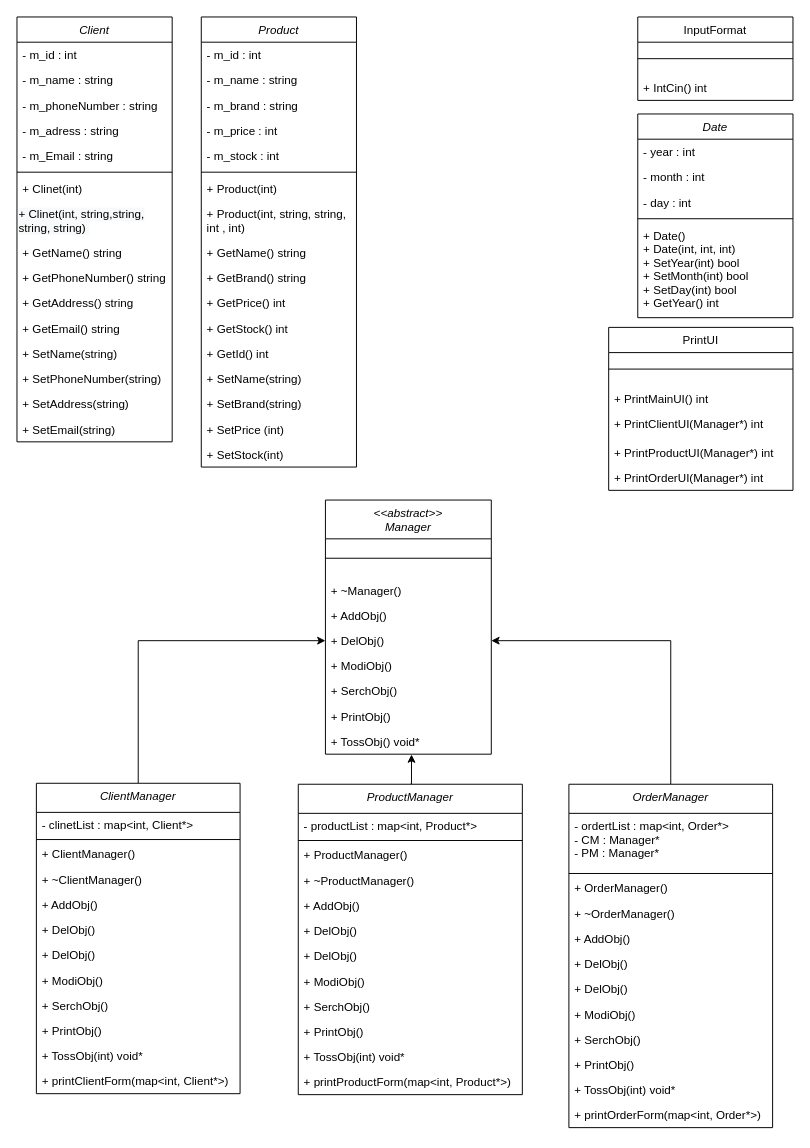
Before: Client-Product-manager.drawio in SaintMonguss/Customer-Product-management-project, a draw.io diagram. Source tidied: cells renumbered, new cells numbered last; positions are measured from the earlier drawing's top-left corner, leaving out a move shared by most shapes. Both pictures are drawn from the tidied source at 97%, with x=0, y=0 at pixel (16, 16).
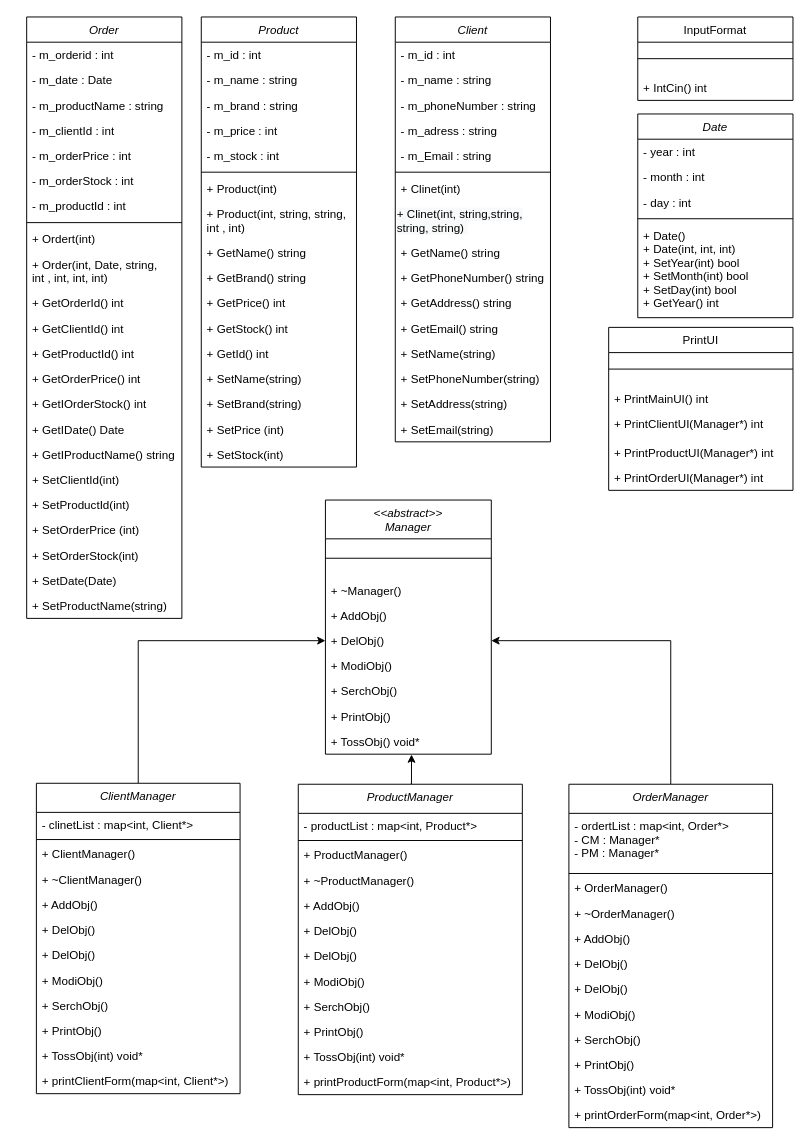
The same diagram, later.

Diff of the diagram source:
```diff
@@
     <mxCell id="2" value="Client" style="swimlane;fontStyle=2;align=center;verticalAlign=top;horizontal=1;startSize=26;rounded=0;shadow=0;strokeWidth=1;" parent="1" vertex="1">
-      <mxGeometry width="160" height="438" as="geometry" />
+      <mxGeometry x="390" width="160" height="438" as="geometry" />
     </mxCell>
@@
+    <mxCell id="103" value="Order" style="swimlane;fontStyle=2;align=center;verticalAlign=top;horizontal=1;startSize=26;rounded=0;shadow=0;strokeWidth=1;" parent="1" vertex="1">
+      <mxGeometry x="10" width="160" height="620" as="geometry" />
+    </mxCell>
+    <mxCell id="104" value="- m_orderid : int" style="text;align=left;verticalAlign=top;spacingLeft=4;spacingRight=4;overflow=hidden;" parent="103" vertex="1">
+      <mxGeometry y="26" width="160" height="26" as="geometry" />
+    </mxCell>
+    <mxCell id="105" value="- m_date : Date" style="text;align=left;verticalAlign=top;spacingLeft=4;spacingRight=4;overflow=hidden;rounded=0;shadow=0;html=0;" parent="103" vertex="1">
+      <mxGeometry y="52" width="160" height="26" as="geometry" />
+    </mxCell>
+    <mxCell id="106" value="- m_productName : string" style="text;align=left;verticalAlign=top;spacingLeft=4;spacingRight=4;overflow=hidden;rounded=0;shadow=0;html=0;" parent="103" vertex="1">
+      <mxGeometry y="78" width="160" height="26" as="geometry" />
+    </mxCell>
+    <mxCell id="107" value="- m_clientId : int" style="text;align=left;verticalAlign=top;spacingLeft=4;spacingRight=4;overflow=hidden;rounded=0;shadow=0;html=0;" parent="103" vertex="1">
+      <mxGeometry y="104" width="160" height="26" as="geometry" />
+    </mxCell>
+    <mxCell id="108" value="- m_orderPrice : int" style="text;align=left;verticalAlign=top;spacingLeft=4;spacingRight=4;overflow=hidden;rounded=0;shadow=0;html=0;" parent="103" vertex="1">
+      <mxGeometry y="130" width="160" height="26" as="geometry" />
+    </mxCell>
+    <mxCell id="109" value="- m_orderStock : int" style="text;align=left;verticalAlign=top;spacingLeft=4;spacingRight=4;overflow=hidden;rounded=0;shadow=0;html=0;" parent="103" vertex="1">
+      <mxGeometry y="156" width="160" height="26" as="geometry" />
+    </mxCell>
+    <mxCell id="110" value="- m_productId : int" style="text;align=left;verticalAlign=top;spacingLeft=4;spacingRight=4;overflow=hidden;rounded=0;shadow=0;html=0;" parent="103" vertex="1">
+      <mxGeometry y="182" width="160" height="26" as="geometry" />
+    </mxCell>
+    <mxCell id="111" style="line;html=1;strokeWidth=1;align=left;verticalAlign=middle;spacingTop=-1;spacingLeft=3;spacingRight=3;labelPosition=right;" parent="103" vertex="1">
+      <mxGeometry y="208" width="160" height="8" as="geometry" />
+    </mxCell>
+    <mxCell id="112" value="+ Ordert(int) " style="text;align=left;verticalAlign=top;spacingLeft=4;spacingRight=4;overflow=hidden;" parent="103" vertex="1">
+      <mxGeometry y="216" width="160" height="26" as="geometry" />
+    </mxCell>
+    <mxCell id="113" value="+ Order(int, Date, string,&#10;int , int, int, int) " style="text;align=left;verticalAlign=top;spacingLeft=4;spacingRight=4;overflow=hidden;" parent="103" vertex="1">
+      <mxGeometry y="242" width="160" height="40" as="geometry" />
+    </mxCell>
+    <mxCell id="114" value="+ GetOrderId() int" style="text;align=left;verticalAlign=top;spacingLeft=4;spacingRight=4;overflow=hidden;" parent="103" vertex="1">
+      <mxGeometry y="282" width="160" height="26" as="geometry" />
+    </mxCell>
+    <mxCell id="115" value="+ GetClientId() int" style="text;align=left;verticalAlign=top;spacingLeft=4;spacingRight=4;overflow=hidden;" parent="103" vertex="1">
+      <mxGeometry y="308" width="160" height="26" as="geometry" />
+    </mxCell>
+    <mxCell id="116" value="+ GetProductId() int" style="text;align=left;verticalAlign=top;spacingLeft=4;spacingRight=4;overflow=hidden;" parent="103" vertex="1">
+      <mxGeometry y="334" width="160" height="26" as="geometry" />
+    </mxCell>
+    <mxCell id="117" value="+ GetOrderPrice() int" style="text;align=left;verticalAlign=top;spacingLeft=4;spacingRight=4;overflow=hidden;" parent="103" vertex="1">
+      <mxGeometry y="360" width="160" height="26" as="geometry" />
+    </mxCell>
+    <mxCell id="118" value="+ GetIOrderStock() int" style="text;align=left;verticalAlign=top;spacingLeft=4;spacingRight=4;overflow=hidden;" parent="103" vertex="1">
+      <mxGeometry y="386" width="160" height="26" as="geometry" />
+    </mxCell>
+    <mxCell id="119" value="+ GetIDate() Date" style="text;align=left;verticalAlign=top;spacingLeft=4;spacingRight=4;overflow=hidden;" parent="103" vertex="1">
+      <mxGeometry y="412" width="160" height="26" as="geometry" />
+    </mxCell>
+    <mxCell id="120" value="+ GetIProductName() string" style="text;align=left;verticalAlign=top;spacingLeft=4;spacingRight=4;overflow=hidden;" parent="103" vertex="1">
+      <mxGeometry y="438" width="160" height="26" as="geometry" />
+    </mxCell>
+    <mxCell id="121" value="+ SetClientId(int)" style="text;align=left;verticalAlign=top;spacingLeft=4;spacingRight=4;overflow=hidden;" parent="103" vertex="1">
+      <mxGeometry y="464" width="160" height="26" as="geometry" />
+    </mxCell>
+    <mxCell id="122" value="+ SetProductId(int)" style="text;align=left;verticalAlign=top;spacingLeft=4;spacingRight=4;overflow=hidden;" parent="103" vertex="1">
+      <mxGeometry y="490" width="160" height="26" as="geometry" />
+    </mxCell>
+    <mxCell id="123" value="+ SetOrderPrice (int)" style="text;align=left;verticalAlign=top;spacingLeft=4;spacingRight=4;overflow=hidden;" parent="103" vertex="1">
+      <mxGeometry y="516" width="160" height="26" as="geometry" />
+    </mxCell>
+    <mxCell id="124" value="+ SetOrderStock(int)" style="text;align=left;verticalAlign=top;spacingLeft=4;spacingRight=4;overflow=hidden;" parent="103" vertex="1">
+      <mxGeometry y="542" width="160" height="26" as="geometry" />
+    </mxCell>
+    <mxCell id="125" value="+ SetDate(Date)" style="text;align=left;verticalAlign=top;spacingLeft=4;spacingRight=4;overflow=hidden;" parent="103" vertex="1">
+      <mxGeometry y="568" width="160" height="26" as="geometry" />
+    </mxCell>
+    <mxCell id="126" value="+ SetProductName(string)" style="text;align=left;verticalAlign=top;spacingLeft=4;spacingRight=4;overflow=hidden;" parent="103" vertex="1">
+      <mxGeometry y="594" width="160" height="26" as="geometry" />
+    </mxCell>
```
